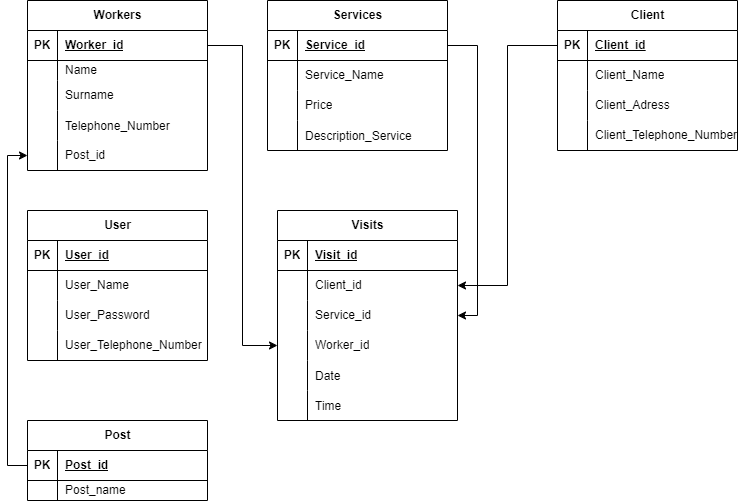
Before: UML/Проект базы данных.drawio.png, a diagram exported from draw.io (shtorm901/Beauty_Studio_Data_Base). Source tidied: cells renumbered, new cells last; positions are measured from the earlier drawing's top-left corner, leaving out a move shared by most shapes.
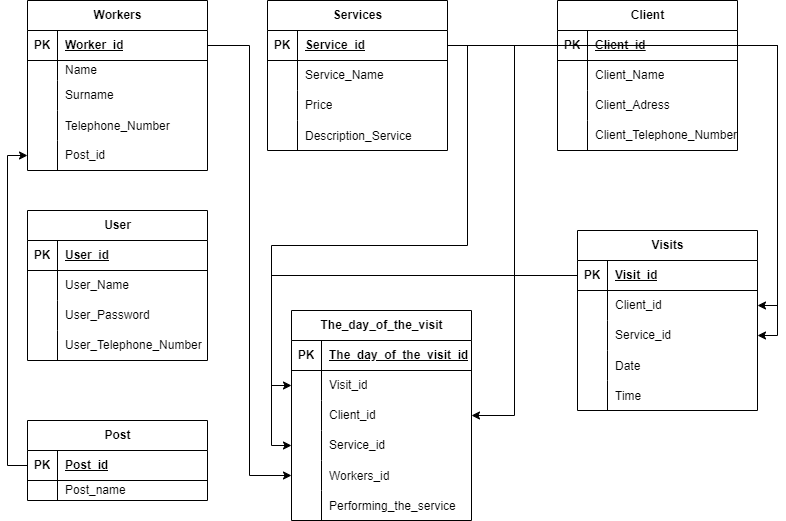
Later version of the same file.

Commit message:
Обновлены скрипты базы данных, скриншоты и схемы

Change to the diagram source:
```diff
@@ -192,7 +192,7 @@
       <mxGeometry x="30" width="150" height="30" as="geometry" />
     </mxCell>
     <mxCell id="65" value="Visits" style="shape=table;startSize=30;rowLines=0;fontStyle=1;align=center;html=1;" parent="1" vertex="1">
-      <mxGeometry x="250" y="210" width="180" height="210" as="geometry" />
+      <mxGeometry x="550" y="230" width="180" height="180" as="geometry" />
     </mxCell>
     <mxCell id="66" style="shape=tableRow;horizontal=0;startSize=0;swimlaneHead=0;swimlaneBody=0;fillColor=none;points=[[0,0.5],[1,0.5]];portConstraint=eastwest;top=0;left=0;right=0;bottom=1;" parent="65" vertex="1">
       <mxGeometry y="30" width="180" height="30" as="geometry" />
@@ -221,17 +221,8 @@
     <mxCell id="74" value="Service_id" style="shape=partialRectangle;fillColor=none;top=0;left=0;bottom=0;right=0;align=left;spacingLeft=6;overflow=hidden;whiteSpace=wrap;html=1;" parent="72" vertex="1">
       <mxGeometry x="30" width="150" height="30" as="geometry" />
     </mxCell>
-    <mxCell id="75" style="shape=tableRow;horizontal=0;startSize=0;swimlaneHead=0;swimlaneBody=0;fillColor=none;points=[[0,0.5],[1,0.5]];portConstraint=eastwest;top=0;left=0;right=0;bottom=0;" parent="65" vertex="1">
-      <mxGeometry y="120" width="180" height="30" as="geometry" />
-    </mxCell>
-    <mxCell id="76" style="shape=partialRectangle;fillColor=none;top=0;left=0;bottom=0;right=0;overflow=hidden;whiteSpace=wrap;html=1;" parent="75" vertex="1">
-      <mxGeometry width="30" height="30" as="geometry" />
-    </mxCell>
-    <mxCell id="77" value="Worker_id" style="shape=partialRectangle;fillColor=none;top=0;left=0;bottom=0;right=0;align=left;spacingLeft=6;overflow=hidden;whiteSpace=wrap;html=1;" parent="75" vertex="1">
-      <mxGeometry x="30" width="150" height="30" as="geometry" />
-    </mxCell>
     <mxCell id="78" style="shape=tableRow;horizontal=0;startSize=0;swimlaneHead=0;swimlaneBody=0;fillColor=none;top=0;left=0;right=0;bottom=0;" parent="65" vertex="1">
-      <mxGeometry y="150" width="180" height="30" as="geometry" />
+      <mxGeometry y="120" width="180" height="30" as="geometry" />
     </mxCell>
     <mxCell id="79" style="shape=partialRectangle;fillColor=none;top=0;left=0;bottom=0;right=0;overflow=hidden;" parent="78" vertex="1">
       <mxGeometry width="30" height="30" as="geometry" />
@@ -240,7 +231,7 @@
       <mxGeometry x="30" width="150" height="30" as="geometry" />
     </mxCell>
     <mxCell id="81" style="shape=tableRow;horizontal=0;startSize=0;swimlaneHead=0;swimlaneBody=0;fillColor=none;top=0;left=0;right=0;bottom=0;" parent="65" vertex="1">
-      <mxGeometry y="180" width="180" height="30" as="geometry" />
+      <mxGeometry y="150" width="180" height="30" as="geometry" />
     </mxCell>
     <mxCell id="82" style="shape=partialRectangle;fillColor=none;top=0;left=0;bottom=0;right=0;overflow=hidden;" parent="81" vertex="1">
       <mxGeometry width="30" height="30" as="geometry" />
@@ -248,14 +239,80 @@
     <mxCell id="83" value="Time" style="shape=partialRectangle;fillColor=none;top=0;left=0;bottom=0;right=0;align=left;spacingLeft=6;overflow=hidden;" parent="81" vertex="1">
       <mxGeometry x="30" width="150" height="30" as="geometry" />
     </mxCell>
-    <mxCell id="84" style="edgeStyle=orthogonalEdgeStyle;rounded=0;jettySize=auto;html=1;entryX=0;entryY=0.5;entryDx=0;entryDy=0;" parent="1" edge="1" source="3" target="75">
-      <mxGeometry relative="1" as="geometry" />
-    </mxCell>
     <mxCell id="85" style="edgeStyle=orthogonalEdgeStyle;rounded=0;jettySize=auto;html=1;entryX=1;entryY=0.5;entryDx=0;entryDy=0;" parent="1" edge="1" source="40" target="69">
       <mxGeometry relative="1" as="geometry" />
     </mxCell>
     <mxCell id="86" style="edgeStyle=orthogonalEdgeStyle;rounded=0;jettySize=auto;html=1;entryX=1;entryY=0.5;entryDx=0;entryDy=0;" parent="1" edge="1" source="53" target="72">
       <mxGeometry relative="1" as="geometry" />
     </mxCell>
+    <mxCell id="87" value="The_day_of_the_visit" style="shape=table;startSize=30;rowLines=0;fontStyle=1;align=center;html=1;" parent="1" vertex="1">
+      <mxGeometry x="264" y="310" width="180" height="210" as="geometry" />
+    </mxCell>
+    <mxCell id="88" style="shape=tableRow;horizontal=0;startSize=0;swimlaneHead=0;swimlaneBody=0;fillColor=none;top=0;left=0;right=0;bottom=1;" parent="87" vertex="1">
+      <mxGeometry y="30" width="180" height="30" as="geometry" />
+    </mxCell>
+    <mxCell id="89" value="PK" style="shape=partialRectangle;fillColor=none;top=0;left=0;bottom=0;right=0;fontStyle=1;overflow=hidden;whiteSpace=wrap;html=1;" parent="88" vertex="1">
+      <mxGeometry width="30" height="30" as="geometry" />
+    </mxCell>
+    <mxCell id="90" value="The_day_of_the_visit_id" style="shape=partialRectangle;fillColor=none;top=0;left=0;bottom=0;right=0;align=left;spacingLeft=6;fontStyle=5;overflow=hidden;whiteSpace=wrap;html=1;" parent="88" vertex="1">
+      <mxGeometry x="30" width="150" height="30" as="geometry" />
+    </mxCell>
+    <mxCell id="91" style="shape=tableRow;horizontal=0;startSize=0;swimlaneHead=0;swimlaneBody=0;fillColor=none;points=[[0,0.5],[1,0.5]];portConstraint=eastwest;top=0;left=0;right=0;bottom=0;" parent="87" vertex="1">
+      <mxGeometry y="60" width="180" height="30" as="geometry" />
+    </mxCell>
+    <mxCell id="92" style="shape=partialRectangle;fillColor=none;top=0;left=0;bottom=0;right=0;overflow=hidden;whiteSpace=wrap;html=1;" parent="91" vertex="1">
+      <mxGeometry width="30" height="30" as="geometry" />
+    </mxCell>
+    <mxCell id="93" value="Visit_id" style="shape=partialRectangle;fillColor=none;top=0;left=0;bottom=0;right=0;align=left;spacingLeft=6;overflow=hidden;whiteSpace=wrap;html=1;" parent="91" vertex="1">
+      <mxGeometry x="30" width="150" height="30" as="geometry" />
+    </mxCell>
+    <mxCell id="94" style="shape=tableRow;horizontal=0;startSize=0;swimlaneHead=0;swimlaneBody=0;fillColor=none;points=[[0,0.5],[1,0.5]];portConstraint=eastwest;top=0;left=0;right=0;bottom=0;" parent="87" vertex="1">
+      <mxGeometry y="90" width="180" height="30" as="geometry" />
+    </mxCell>
+    <mxCell id="95" style="shape=partialRectangle;fillColor=none;top=0;left=0;bottom=0;right=0;overflow=hidden;whiteSpace=wrap;html=1;" parent="94" vertex="1">
+      <mxGeometry width="30" height="30" as="geometry" />
+    </mxCell>
+    <mxCell id="96" value="Client_id" style="shape=partialRectangle;fillColor=none;top=0;left=0;bottom=0;right=0;align=left;spacingLeft=6;overflow=hidden;whiteSpace=wrap;html=1;" parent="94" vertex="1">
+      <mxGeometry x="30" width="150" height="30" as="geometry" />
+    </mxCell>
+    <mxCell id="75" style="shape=tableRow;horizontal=0;startSize=0;swimlaneHead=0;swimlaneBody=0;fillColor=none;points=[[0,0.5],[1,0.5]];portConstraint=eastwest;top=0;left=0;right=0;bottom=0;" parent="87" vertex="1">
+      <mxGeometry y="120" width="180" height="30" as="geometry" />
+    </mxCell>
+    <mxCell id="97" style="shape=partialRectangle;fillColor=none;top=0;left=0;bottom=0;right=0;overflow=hidden;whiteSpace=wrap;html=1;" parent="75" vertex="1">
+      <mxGeometry width="30" height="30" as="geometry" />
+    </mxCell>
+    <mxCell id="98" value="Service_id" style="shape=partialRectangle;fillColor=none;top=0;left=0;bottom=0;right=0;align=left;spacingLeft=6;overflow=hidden;whiteSpace=wrap;html=1;" parent="75" vertex="1">
+      <mxGeometry x="30" width="150" height="30" as="geometry" />
+    </mxCell>
+    <mxCell id="99" style="shape=tableRow;horizontal=0;startSize=0;swimlaneHead=0;swimlaneBody=0;fillColor=none;points=[[0,0.5],[1,0.5]];portConstraint=eastwest;top=0;left=0;right=0;bottom=0;" parent="87" vertex="1">
+      <mxGeometry y="150" width="180" height="30" as="geometry" />
+    </mxCell>
+    <mxCell id="100" style="shape=partialRectangle;fillColor=none;top=0;left=0;bottom=0;right=0;overflow=hidden;" parent="99" vertex="1">
+      <mxGeometry width="30" height="30" as="geometry" />
+    </mxCell>
+    <mxCell id="101" value="Workers_id" style="shape=partialRectangle;fillColor=none;top=0;left=0;bottom=0;right=0;align=left;spacingLeft=6;overflow=hidden;" parent="99" vertex="1">
+      <mxGeometry x="30" width="150" height="30" as="geometry" />
+    </mxCell>
+    <mxCell id="102" style="shape=tableRow;horizontal=0;startSize=0;swimlaneHead=0;swimlaneBody=0;fillColor=none;top=0;left=0;right=0;bottom=0;" parent="87" vertex="1">
+      <mxGeometry y="180" width="180" height="30" as="geometry" />
+    </mxCell>
+    <mxCell id="103" style="shape=partialRectangle;fillColor=none;top=0;left=0;bottom=0;right=0;overflow=hidden;" parent="102" vertex="1">
+      <mxGeometry width="30" height="30" as="geometry" />
+    </mxCell>
+    <mxCell id="104" value="Performing_the_service" style="shape=partialRectangle;fillColor=none;top=0;left=0;bottom=0;right=0;align=left;spacingLeft=6;overflow=hidden;" parent="102" vertex="1">
+      <mxGeometry x="30" width="150" height="30" as="geometry" />
+    </mxCell>
+    <mxCell id="105" style="edgeStyle=orthogonalEdgeStyle;rounded=0;jettySize=auto;html=1;entryX=0;entryY=0.5;entryDx=0;entryDy=0;" parent="1" edge="1" source="66" target="91">
+      <mxGeometry relative="1" as="geometry" />
+    </mxCell>
+    <mxCell id="106" style="edgeStyle=orthogonalEdgeStyle;rounded=0;jettySize=auto;html=1;entryX=1;entryY=0.5;entryDx=0;entryDy=0;" parent="1" edge="1" source="40" target="94">
+      <mxGeometry relative="1" as="geometry" />
+    </mxCell>
+    <mxCell id="107" style="edgeStyle=orthogonalEdgeStyle;rounded=0;jettySize=auto;html=1;entryX=0;entryY=0.5;entryDx=0;entryDy=0;" parent="1" edge="1" source="53" target="75">
+      <mxGeometry relative="1" as="geometry" />
+    </mxCell>
+    <mxCell id="108" style="edgeStyle=orthogonalEdgeStyle;rounded=0;jettySize=auto;html=1;entryX=0;entryY=0.5;entryDx=0;entryDy=0;" parent="1" edge="1" source="3" target="99">
+      <mxGeometry relative="1" as="geometry" />
+    </mxCell>
   </root>
 </mxGraphModel>
```
